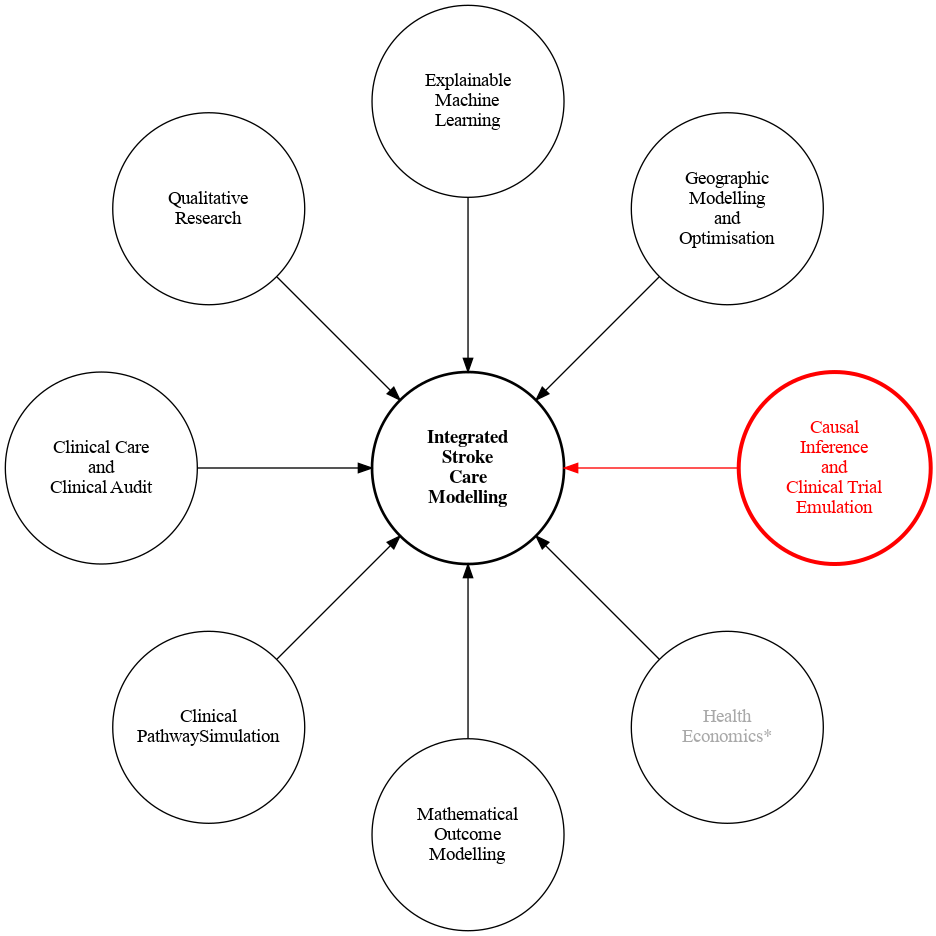
Before: images/skills.png, a diagram exported from Graphviz (MichaelAllen1966/bid_rfpb_2023). Its source is kept beside it as files/skills.gv. The source it was exported from:
```dot
digraph {


    overlap=scale;
    sep=0.2;

    layout=circo;
    ordering="out"; // Anticlockwise order

    node [shape=circle, fixedsize=true, width=2, height=2];

    node1 [label="Integrated\nStroke\nCare\nModelling", penwidth=2, fontname="times bold"];
    node2 [label="Causal\nInference\nand\nClinical Trial\nEmulation",
        color="red", fontcolor="red", penwidth=3];
    node3 [label="Geographic\nModelling\nand\nOptimisation"];
    node4 [label="Explainable\nMachine\nLearning"];
    node5 [label="Qualitative\nResearch"]
    node6 [label="Clinical Care\nand\nClinical Audit"]
    node7 [label="Clinical\nPathway\Simulation"]
    node8 [label="Mathematical\nOutcome\nModelling"]
    node9 [label="Health\nEconomics*", fontcolor="darkgrey"]

    node4 -> node1
    node2 -> node1 [color="Red", penwidth=1]
    node3 -> node1
    node5 -> node1
    node7 -> node1
    node8 -> node1
    node9 -> node1
    node6 -> node1

}

```
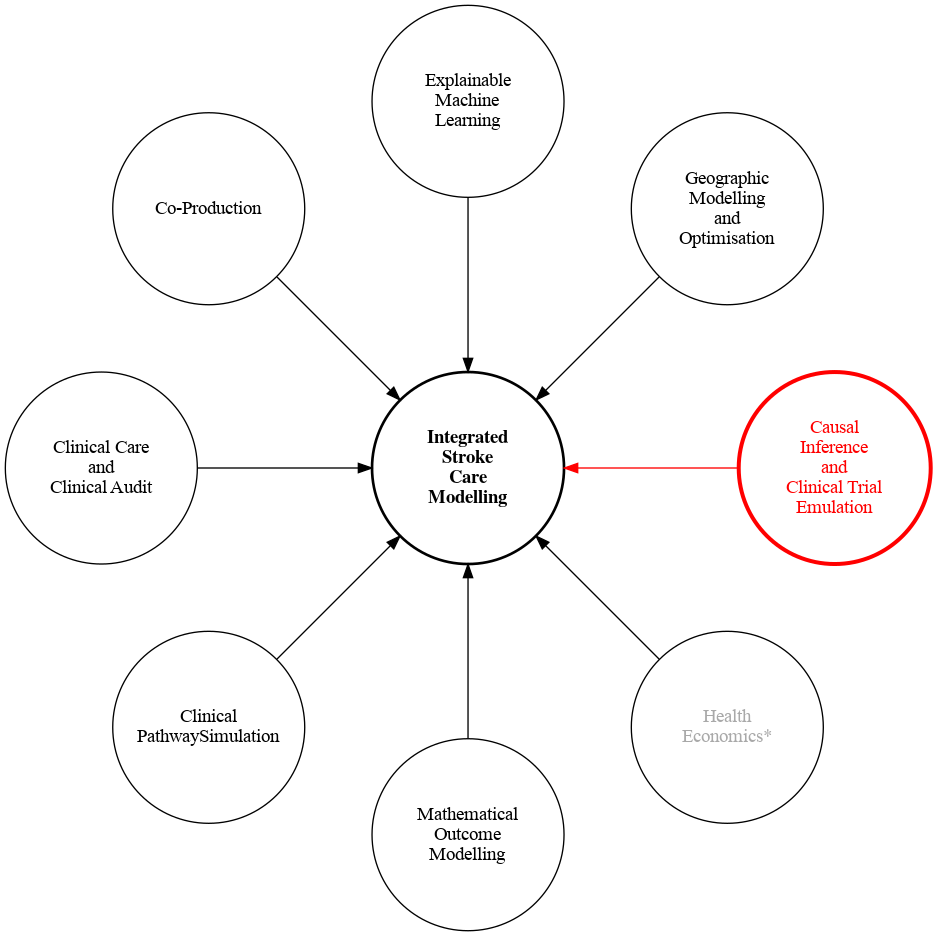
The same file after the commit.

Diff of the diagram source:
```diff
@@ -14,7 +14,7 @@
         color="red", fontcolor="red", penwidth=3];
     node3 [label="Geographic\nModelling\nand\nOptimisation"];
     node4 [label="Explainable\nMachine\nLearning"];
-    node5 [label="Qualitative\nResearch"]
+    node5 [label="Co-Production"]
     node6 [label="Clinical Care\nand\nClinical Audit"]
     node7 [label="Clinical\nPathway\Simulation"]
     node8 [label="Mathematical\nOutcome\nModelling"]
```
